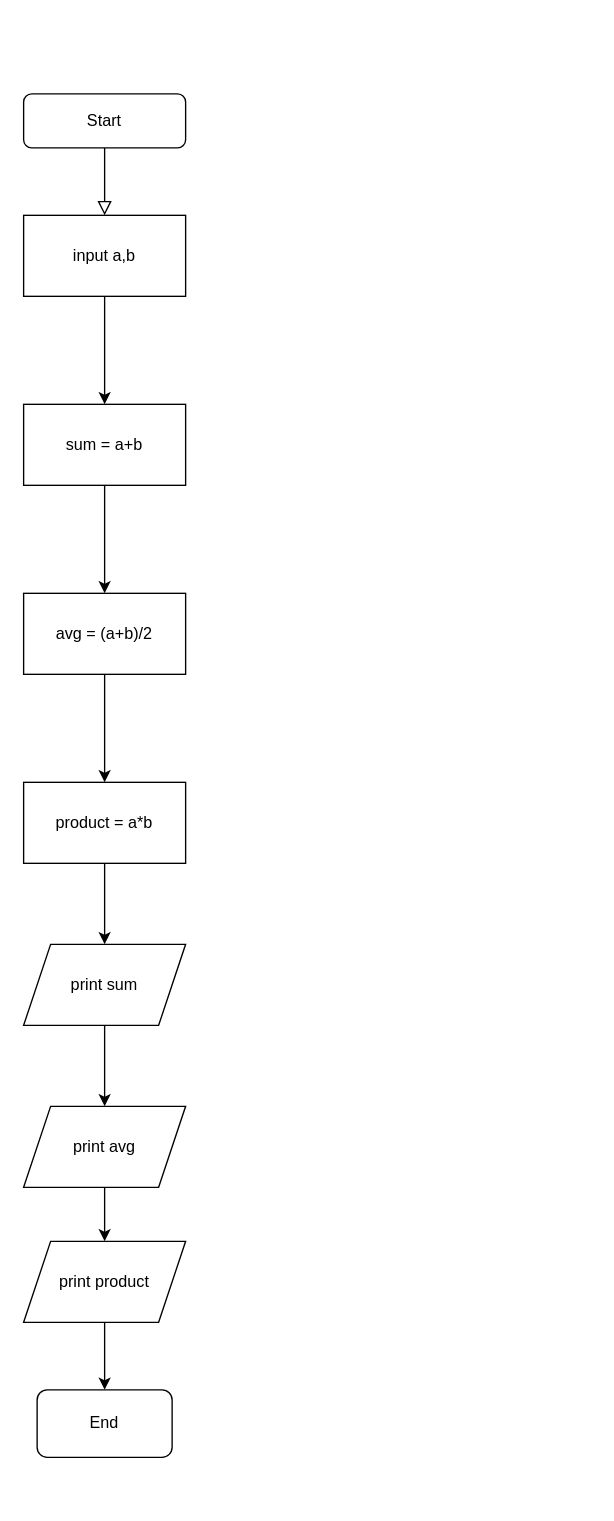
Earlier version of the draw.io diagram page "Page-1" (1 of 2) of Untitled Diagram.drawio (theboxboy1/jingus). Source tidied: cells renumbered, new cells numbered last; positions are measured from the earlier drawing's top-left corner, leaving out a move shared by most shapes. Both pictures are drawn from the tidied source at 135%, with x=0, y=0 at pixel (23, 93).
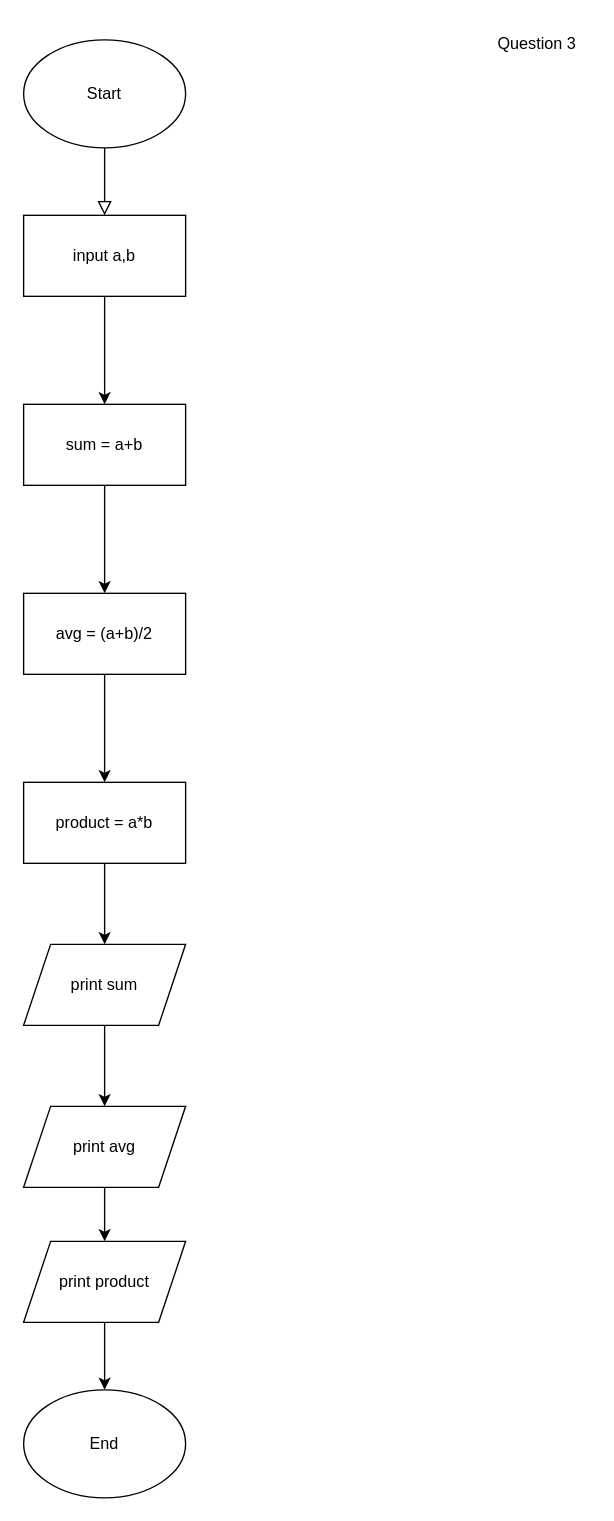
The same page after the edit.

The change refers to these unchanged cells:
```xml
<mxCell id="17" value="print product" style="shape=parallelogram;perimeter=parallelogramPerimeter;whiteSpace=wrap;html=1;fixedSize=1;rounded=0;" parent="1" vertex="1">
  <mxGeometry y="850" width="120" height="60" as="geometry" />
</mxCell>
```

Change to the diagram source:
```diff
@@
-    <mxCell id="2" style="rounded=0;html=1;jettySize=auto;fontSize=11;endArrow=block;endFill=0;endSize=8;strokeWidth=1;shadow=0;labelBackgroundColor=none;edgeStyle=orthogonalEdgeStyle;" parent="1" edge="1" source="3">
+    <mxCell id="2" style="rounded=0;html=1;jettySize=auto;orthogonalLoop=1;fontSize=11;endArrow=block;endFill=0;endSize=8;strokeWidth=1;shadow=0;labelBackgroundColor=none;edgeStyle=orthogonalEdgeStyle;" parent="1" edge="1">
       <mxGeometry relative="1" as="geometry">
+        <mxPoint x="60" y="40" as="sourcePoint" />
         <mxPoint x="60" y="90" as="targetPoint" />
       </mxGeometry>
     </mxCell>
-    <mxCell id="3" value="Start" style="rounded=1;whiteSpace=wrap;html=1;fontSize=12;glass=0;strokeWidth=1;shadow=0;" parent="1" vertex="1">
-      <mxGeometry width="120" height="40" as="geometry" />
-    </mxCell>
@@
-    <mxCell id="16" style="edgeStyle=orthogonalEdgeStyle;rounded=0;jettySize=auto;html=1;" parent="1" edge="1" source="17" target="18">
-      <mxGeometry relative="1" as="geometry" />
+    <mxCell id="16" style="edgeStyle=orthogonalEdgeStyle;rounded=0;jettySize=auto;html=1;" parent="1" edge="1" source="17">
+      <mxGeometry relative="1" as="geometry">
+        <mxPoint x="60" y="960" as="targetPoint" />
+      </mxGeometry>
     </mxCell>
@@
+    <mxCell id="19" value="Question 3" style="text;html=1;align=center;verticalAlign=middle;strokeColor=none;fillColor=none;" parent="1" vertex="1">
+      <mxGeometry x="340" y="-52" width="80" height="30" as="geometry" />
+    </mxCell>
+    <mxCell id="3" value="Start" style="ellipse;whiteSpace=wrap;html=1;" parent="1" vertex="1">
+      <mxGeometry y="-40" width="120" height="80" as="geometry" />
+    </mxCell>
-    <mxCell id="18" value="End" style="rounded=1;whiteSpace=wrap;html=1;" parent="1" vertex="1">
-      <mxGeometry x="10" y="960" width="100" height="50" as="geometry" />
+    <mxCell id="18" value="End" style="ellipse;whiteSpace=wrap;html=1;" parent="1" vertex="1">
+      <mxGeometry y="960" width="120" height="80" as="geometry" />
     </mxCell>
```
